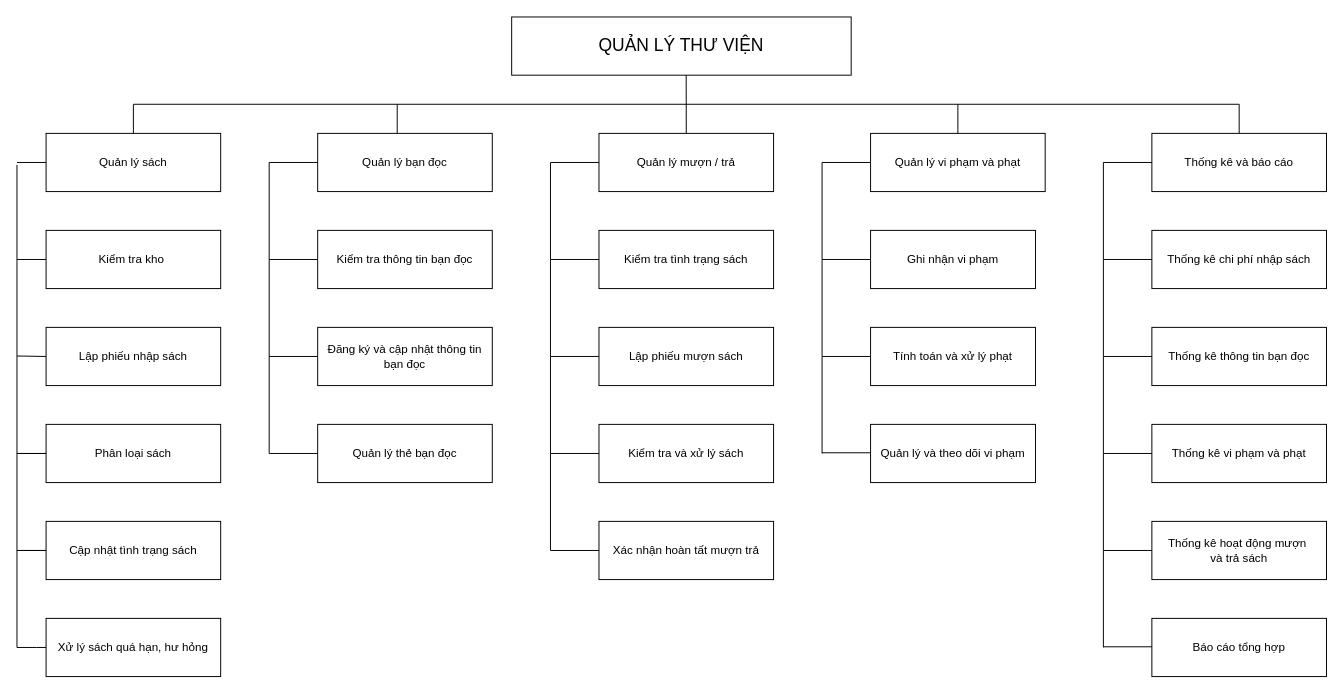
Before: page "Phân cấp chức năng" (1 of 3) of Đồ án nhóm 1.drawio in Nguyenquynh235/DoAnNhom1, a draw.io diagram. Source tidied: cells renumbered, new cells numbered last; positions are measured from the earlier drawing's top-left corner, leaving out a move shared by most shapes. Both pictures are drawn from the tidied source at 97%, with x=0, y=0 at pixel (16, 16).
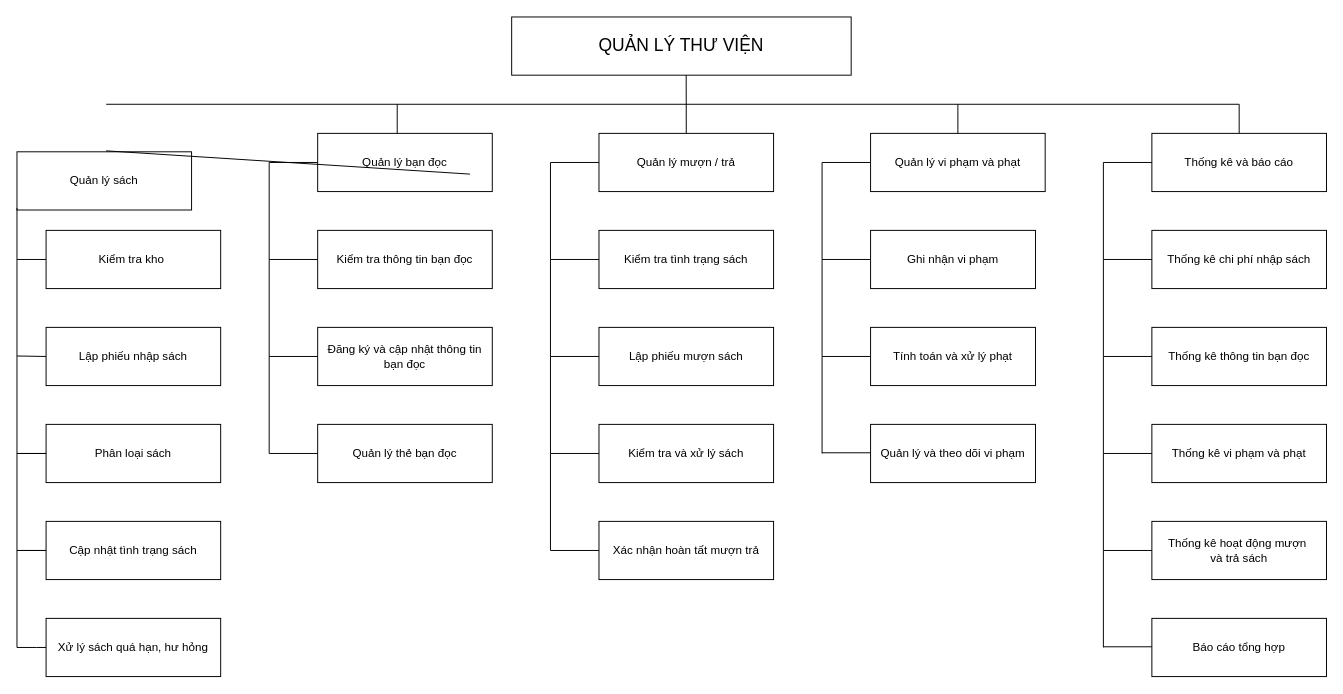
The same page after the edit.

What changed in the source:
```diff
@@
     <mxCell id="7" value="Quản lý sách" style="rounded=0;whiteSpace=wrap;html=1;" parent="1" vertex="1">
-      <mxGeometry x="30" y="120" width="180" height="60" as="geometry" />
+      <mxGeometry y="139" width="180" height="60" as="geometry" />
     </mxCell>
@@
     <mxCell id="21" style="endArrow=none;html=1;rounded=0;" parent="1" edge="1">
       <mxGeometry relative="1" as="geometry">
-        <mxPoint x="120" y="90" as="sourcePoint" />
+        <mxPoint x="92" y="90" as="sourcePoint" />
         <mxPoint x="1260" y="90" as="targetPoint" />
       </mxGeometry>
     </mxCell>
     <mxCell id="22" style="endArrow=none;html=1;rounded=0;" parent="1" edge="1">
       <mxGeometry relative="1" as="geometry">
-        <mxPoint y="152.5" as="sourcePoint" />
+        <mxPoint y="197" as="sourcePoint" />
         <mxPoint y="650" as="targetPoint" />
       </mxGeometry>
     </mxCell>
-    <mxCell id="23" style="endArrow=none;html=1;rounded=0;entryX=0;entryY=0.5;entryDx=0;entryDy=0;" parent="1" edge="1">
-      <mxGeometry relative="1" as="geometry">
-        <mxPoint y="150" as="sourcePoint" />
-        <mxPoint x="30" y="150" as="targetPoint" />
-        <Array as="points">
-          <mxPoint y="150" />
-        </Array>
-      </mxGeometry>
-    </mxCell>
@@
-    <mxCell id="41" style="endArrow=none;html=1;rounded=0;exitX=0.5;exitY=0;exitDx=0;exitDy=0;" parent="1" edge="1" source="7">
-      <mxGeometry relative="1" as="geometry">
-        <mxPoint x="120" y="90" as="targetPoint" />
-      </mxGeometry>
-    </mxCell>
@@
+    <mxCell id="60" style="endArrow=none;html=1;rounded=0;" parent="1" edge="1">
+      <mxGeometry relative="1" as="geometry">
+        <mxPoint x="92" y="138" as="sourcePoint" />
+        <mxPoint x="467" y="162" as="targetPoint" />
+      </mxGeometry>
+    </mxCell>
```
